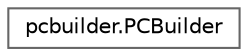
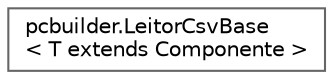
digraph "Graphical Class Hierarchy"
{
 // LATEX_PDF_SIZE
  bgcolor="transparent";
  edge [fontname=Helvetica,fontsize=10,labelfontname=Helvetica,labelfontsize=10];
  node [fontname=Helvetica,fontsize=10,shape=box,height=0.2,width=0.4];
  rankdir="LR";
-   Node0 [id="Node000000",label="pcbuilder.PCBuilder",height=0.2,width=0.4,color="grey40", fillcolor="white", style="filled",URL="$classpcbuilder_1_1PCBuilder.html",tooltip="Classe principal e ponto de entrada (Main) do Simulador PC Builder. Gerencia a execução do programa d..."];
+   Node0 [id="Node000000",label="pcbuilder.LeitorCsvBase\l\< T extends Componente \>",height=0.2,width=0.4,color="grey40", fillcolor="white", style="filled",URL="$classpcbuilder_1_1LeitorCsvBase.html",tooltip="Classe abstrata base (Data Access Object) para leitura de catálogos. Aplica os padrões Template Metho..."];
}
